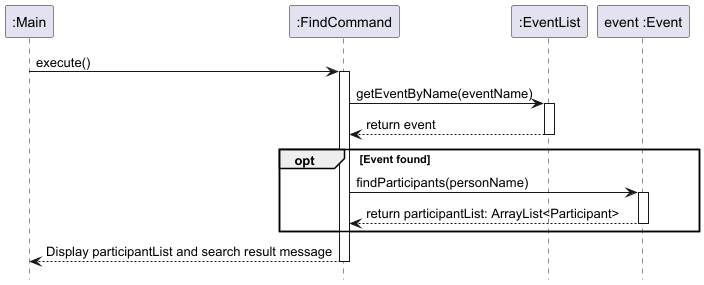
Above: docs/images/FindCommandSequenceDiagram.png in nus-cs2113-AY2425S1/tp (PlantUML), before the change.
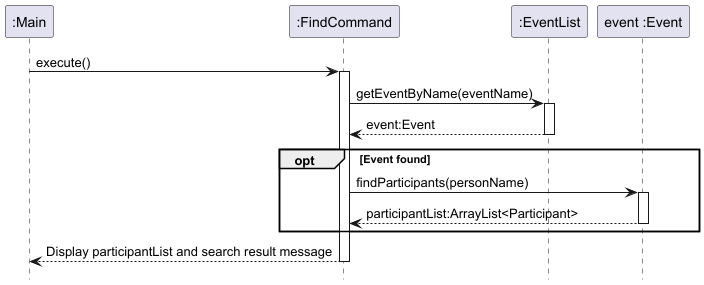
Later version of the same file.

Change to the diagram source:
```diff
@@ -9,13 +9,13 @@
 activate FC
 FC -> EL: getEventByName(eventName)
 activate EL
-EL --> FC: return event
+EL --> FC: event:Event
 deactivate EL
 
 opt Event found
     FC -> E: findParticipants(personName)
     activate E
-    E --> FC: return participantList: ArrayList<Participant>
+    E --> FC: participantList:ArrayList<Participant>
     deactivate E
 
 end opt
```
